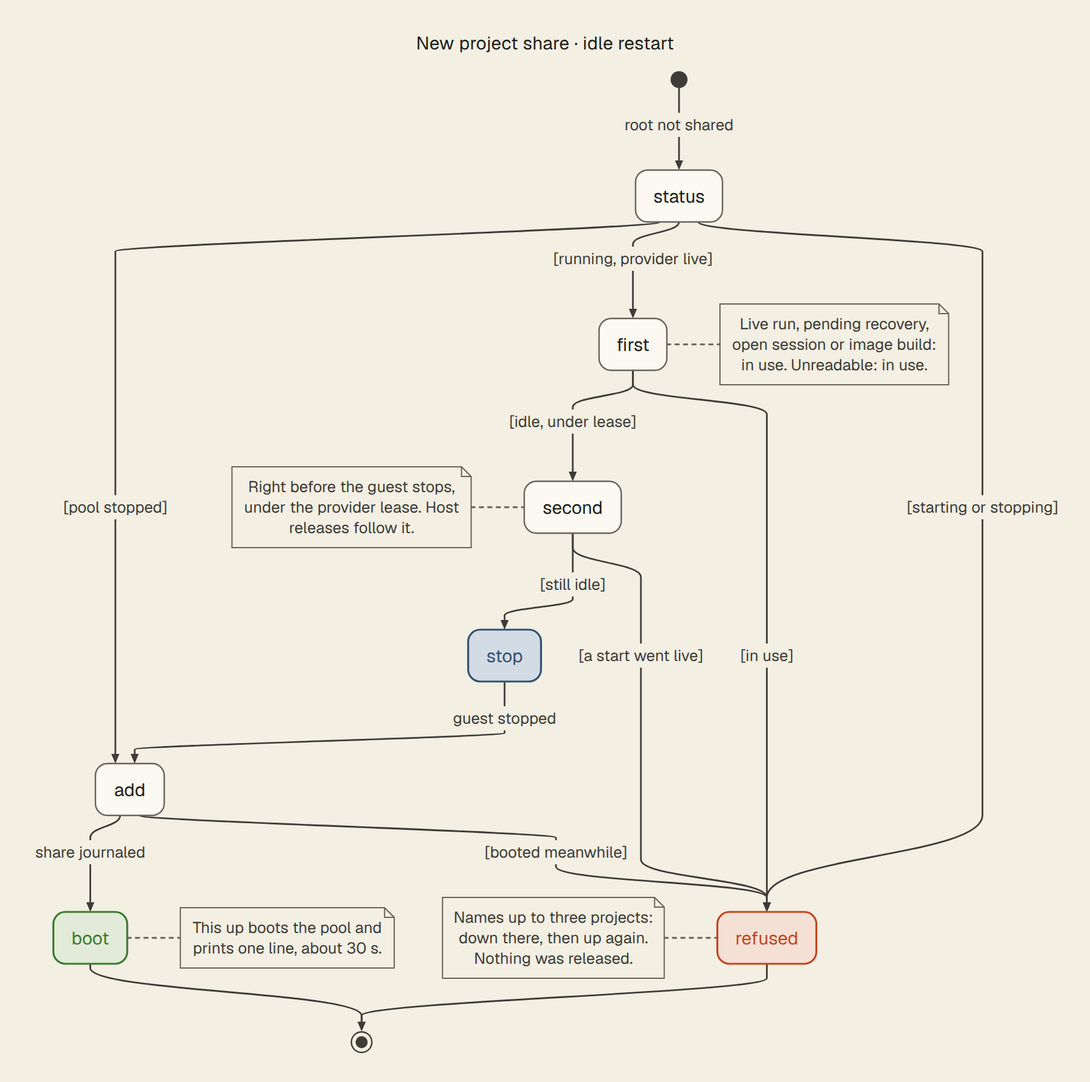
The Mermaid diagram docs/diagrams/native-idle-pool-restart.png in hack-dance/hack, before a commit. Its source is kept beside it as docs/diagrams/native-idle-pool-restart.mmd.
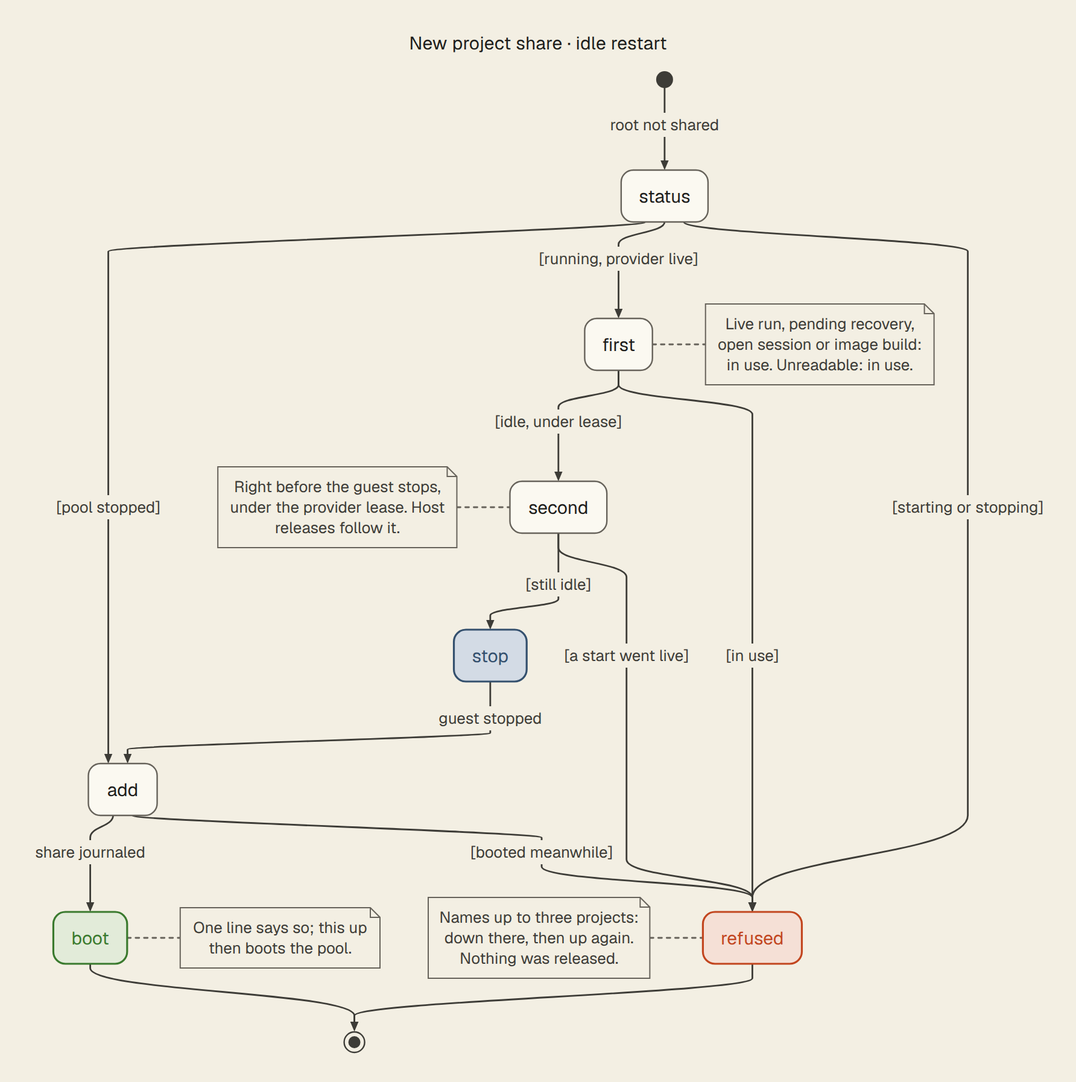
After the commit.

Commit message:
fix(native): a detached start shows the idle-pool restart line, without a time figure (HACK-2535)

The edit, as a diff of the source:
```diff
@@ -35,8 +35,8 @@
         releases follow it.
     end note
     note right of boot
-        This up boots the pool and
-        prints one line, about 30 s.
+        One line says so; this up
+        then boots the pool.
     end note
     note left of refused
         Names up to three projects:
```
